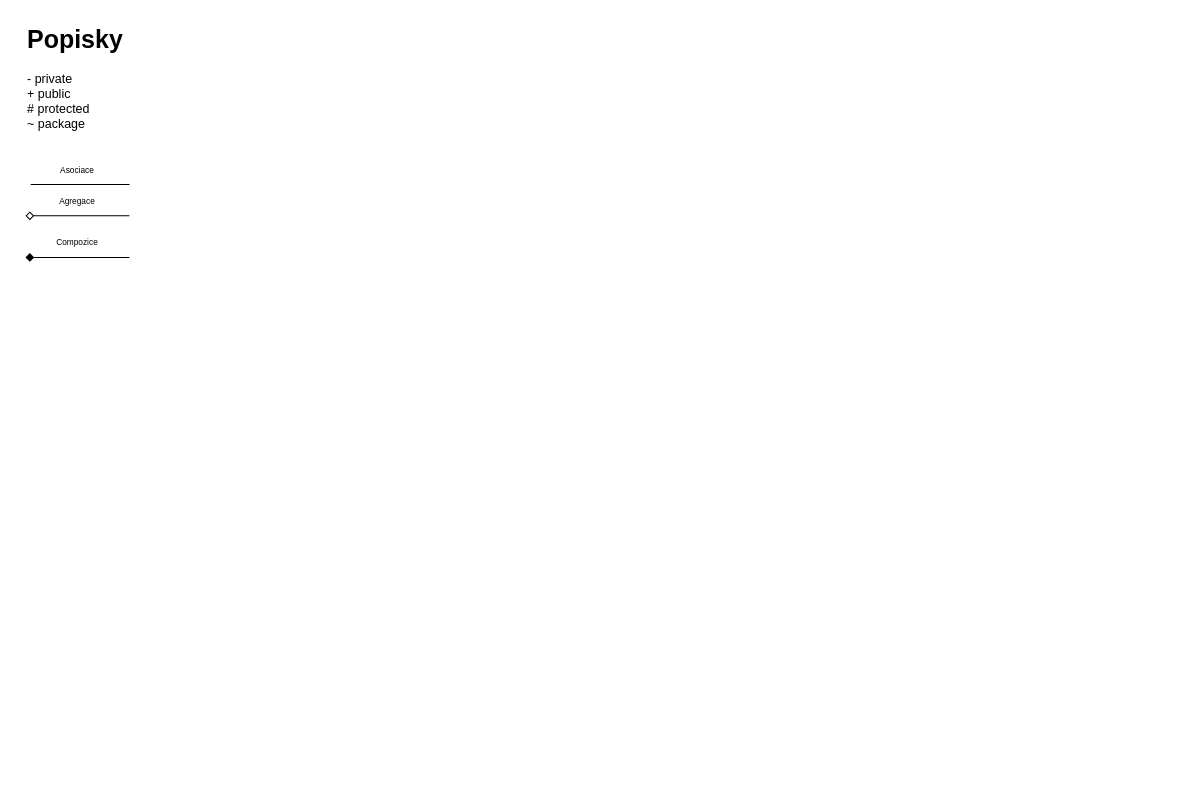
Before: page "Třídové diagramy" (2 of 2) of Diagram.drawio in LPbigFish/SWI-Projekt, a draw.io diagram. Source tidied: cells renumbered, new cells numbered last; positions are measured from the earlier drawing's top-left corner, leaving out a move shared by most shapes. Both pictures are drawn from the tidied source at 104%, with x=0, y=0 at pixel (25, 18).
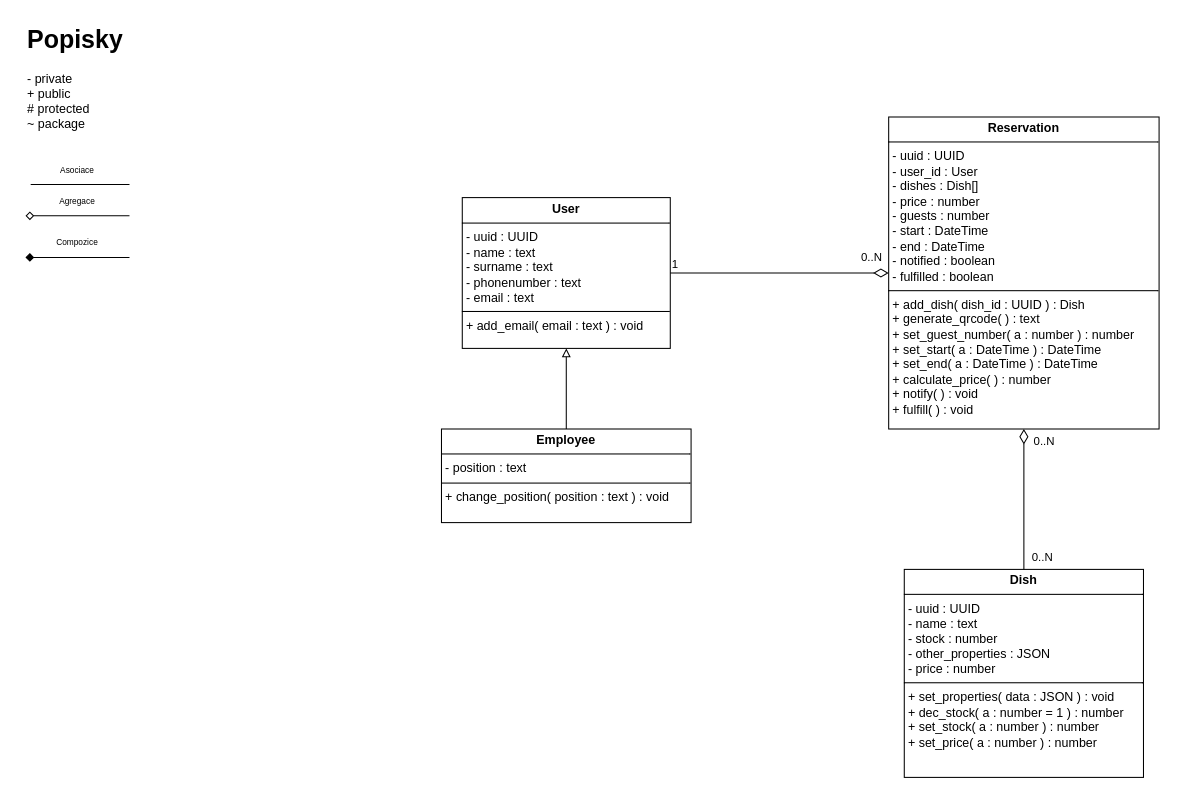
The same diagram, later.

The edit, as a diff of the source:
```diff
@@
+    <mxCell id="9" style="edgeStyle=orthogonalEdgeStyle;rounded=0;jettySize=auto;html=1;exitX=0.5;exitY=0;exitDx=0;exitDy=0;entryX=0.5;entryY=1;entryDx=0;entryDy=0;endArrow=block;endFill=0;" parent="1" edge="1" source="10" target="13">
+      <mxGeometry relative="1" as="geometry" />
+    </mxCell>
+    <mxCell id="10" value="&lt;p style=&quot;margin:0px;margin-top:4px;text-align:center;&quot;&gt;&lt;b&gt;Employee&lt;/b&gt;&lt;/p&gt;&lt;hr size=&quot;1&quot; style=&quot;border-style:solid;&quot;&gt;&lt;p style=&quot;margin:0px;margin-left:4px;&quot;&gt;- position : text&lt;/p&gt;&lt;hr size=&quot;1&quot; style=&quot;border-style:solid;&quot;&gt;&lt;p style=&quot;margin:0px;margin-left:4px;&quot;&gt;+ change_position( position : text ) : void&lt;/p&gt;" style="verticalAlign=top;align=left;overflow=fill;html=1;whiteSpace=wrap;" parent="1" vertex="1">
+      <mxGeometry x="400" y="395" width="240" height="90" as="geometry" />
+    </mxCell>
+    <mxCell id="11" value="&lt;p style=&quot;margin:0px;margin-top:4px;text-align:center;&quot;&gt;&lt;b&gt;Dish&lt;/b&gt;&lt;/p&gt;&lt;hr size=&quot;1&quot; style=&quot;border-style:solid;&quot;&gt;&lt;p style=&quot;margin:0px;margin-left:4px;&quot;&gt;- uuid : UUID&lt;/p&gt;&lt;p style=&quot;margin:0px;margin-left:4px;&quot;&gt;- name : text&lt;/p&gt;&lt;p style=&quot;margin:0px;margin-left:4px;&quot;&gt;- stock : number&lt;/p&gt;&lt;p style=&quot;margin:0px;margin-left:4px;&quot;&gt;- other_properties : JSON&lt;/p&gt;&lt;p style=&quot;margin:0px;margin-left:4px;&quot;&gt;- price : number&lt;/p&gt;&lt;hr size=&quot;1&quot; style=&quot;border-style:solid;&quot;&gt;&lt;p style=&quot;margin:0px;margin-left:4px;&quot;&gt;+ set_properties( data : JSON ) : void&lt;/p&gt;&lt;p style=&quot;margin:0px;margin-left:4px;&quot;&gt;+ dec_stock( a : number = 1 ) : number&lt;/p&gt;&lt;p style=&quot;margin:0px;margin-left:4px;&quot;&gt;+ set_stock( a : number ) : number&lt;/p&gt;&lt;p style=&quot;margin:0px;margin-left:4px;&quot;&gt;+ set_price( a : number ) : number&lt;/p&gt;" style="verticalAlign=top;align=left;overflow=fill;html=1;whiteSpace=wrap;" parent="1" vertex="1">
+      <mxGeometry x="845" y="530" width="230" height="200" as="geometry" />
+    </mxCell>
+    <mxCell id="12" value="&lt;p style=&quot;margin:0px;margin-top:4px;text-align:center;&quot;&gt;&lt;b&gt;Reservation&lt;/b&gt;&lt;/p&gt;&lt;hr size=&quot;1&quot; style=&quot;border-style:solid;&quot;&gt;&lt;p style=&quot;margin:0px;margin-left:4px;&quot;&gt;- uuid : UUID&lt;/p&gt;&lt;p style=&quot;margin:0px;margin-left:4px;&quot;&gt;- user_id : User&lt;/p&gt;&lt;p style=&quot;margin:0px;margin-left:4px;&quot;&gt;- dishes : Dish[]&lt;/p&gt;&lt;p style=&quot;margin:0px;margin-left:4px;&quot;&gt;- price : number&lt;/p&gt;&lt;p style=&quot;margin:0px;margin-left:4px;&quot;&gt;- guests : number&lt;/p&gt;&lt;p style=&quot;margin:0px;margin-left:4px;&quot;&gt;- start : DateTime&lt;/p&gt;&lt;p style=&quot;margin:0px;margin-left:4px;&quot;&gt;- end : DateTime&lt;/p&gt;&lt;p style=&quot;margin:0px;margin-left:4px;&quot;&gt;- notified : boolean&lt;/p&gt;&lt;p style=&quot;margin:0px;margin-left:4px;&quot;&gt;- fulfilled : boolean&lt;/p&gt;&lt;hr size=&quot;1&quot; style=&quot;border-style:solid;&quot;&gt;&lt;p style=&quot;margin:0px;margin-left:4px;&quot;&gt;+ add_dish( dish_id : UUID ) : Dish&lt;/p&gt;&lt;p style=&quot;margin:0px;margin-left:4px;&quot;&gt;+ generate_qrcode( ) : text&lt;/p&gt;&lt;p style=&quot;margin:0px;margin-left:4px;&quot;&gt;+ set_guest_number( a : number ) : number&lt;/p&gt;&lt;p style=&quot;margin:0px;margin-left:4px;&quot;&gt;+ set_start( a : DateTime ) : DateTime&lt;/p&gt;&lt;p style=&quot;margin:0px;margin-left:4px;&quot;&gt;+ set_end( a : DateTime ) : DateTime&lt;/p&gt;&lt;p style=&quot;margin:0px;margin-left:4px;&quot;&gt;+ calculate_price( ) : number&lt;/p&gt;&lt;p style=&quot;margin:0px;margin-left:4px;&quot;&gt;+ notify( ) : void&lt;/p&gt;&lt;p style=&quot;margin:0px;margin-left:4px;&quot;&gt;+ fulfill( ) : void&lt;/p&gt;" style="verticalAlign=top;align=left;overflow=fill;html=1;whiteSpace=wrap;" parent="1" vertex="1">
+      <mxGeometry x="830" y="95" width="260" height="300" as="geometry" />
+    </mxCell>
+    <mxCell id="13" value="&lt;p style=&quot;margin:0px;margin-top:4px;text-align:center;&quot;&gt;&lt;b&gt;User&lt;/b&gt;&lt;/p&gt;&lt;hr size=&quot;1&quot; style=&quot;border-style:solid;&quot;&gt;&lt;p style=&quot;margin:0px;margin-left:4px;&quot;&gt;- uuid : UUID&lt;/p&gt;&lt;p style=&quot;margin:0px;margin-left:4px;&quot;&gt;- name : text&lt;/p&gt;&lt;p style=&quot;margin:0px;margin-left:4px;&quot;&gt;- surname : text&lt;/p&gt;&lt;p style=&quot;margin:0px;margin-left:4px;&quot;&gt;- phonenumber : text&lt;/p&gt;&lt;p style=&quot;margin:0px;margin-left:4px;&quot;&gt;- email : text&lt;/p&gt;&lt;hr size=&quot;1&quot; style=&quot;border-style:solid;&quot;&gt;&lt;p style=&quot;margin:0px;margin-left:4px;&quot;&gt;+ add_email( email : text ) : void&lt;/p&gt;" style="verticalAlign=top;align=left;overflow=fill;html=1;whiteSpace=wrap;" parent="1" vertex="1">
+      <mxGeometry x="420" y="172.5" width="200" height="145" as="geometry" />
+    </mxCell>
+    <mxCell id="14" style="endArrow=diamondThin;html=1;rounded=0;entryX=0.5;entryY=1;entryDx=0;entryDy=0;exitX=0.5;exitY=0;exitDx=0;exitDy=0;endFill=0;endSize=12;" parent="1" edge="1" source="11" target="12">
+      <mxGeometry relative="1" as="geometry" />
+    </mxCell>
+    <mxCell id="15" value="0..N" style="edgeLabel;html=1;align=left;verticalAlign=bottom;" parent="14" vertex="1">
+      <mxGeometry x="-1" relative="1" as="geometry">
+        <mxPoint x="6" y="-4" as="offset" />
+      </mxGeometry>
+    </mxCell>
+    <mxCell id="16" value="0..N" style="edgeLabel;html=1;align=right;verticalAlign=bottom;" parent="14" vertex="1">
+      <mxGeometry x="1" relative="1" as="geometry">
+        <mxPoint x="30" y="20" as="offset" />
+      </mxGeometry>
+    </mxCell>
+    <mxCell id="17" style="endArrow=diamondThin;html=1;rounded=0;exitX=1;exitY=0.5;exitDx=0;exitDy=0;entryX=0;entryY=0.5;entryDx=0;entryDy=0;endFill=0;endSize=12;" parent="1" edge="1" source="13" target="12">
+      <mxGeometry relative="1" as="geometry" />
+    </mxCell>
+    <mxCell id="18" value="1" style="edgeLabel;html=1;align=left;verticalAlign=bottom;" parent="17" vertex="1">
+      <mxGeometry x="-1" relative="1" as="geometry" />
+    </mxCell>
+    <mxCell id="19" value="0..N" style="edgeLabel;html=1;align=right;verticalAlign=bottom;" parent="17" vertex="1">
+      <mxGeometry x="1" relative="1" as="geometry">
+        <mxPoint x="-6" y="-7" as="offset" />
+      </mxGeometry>
+    </mxCell>
```
